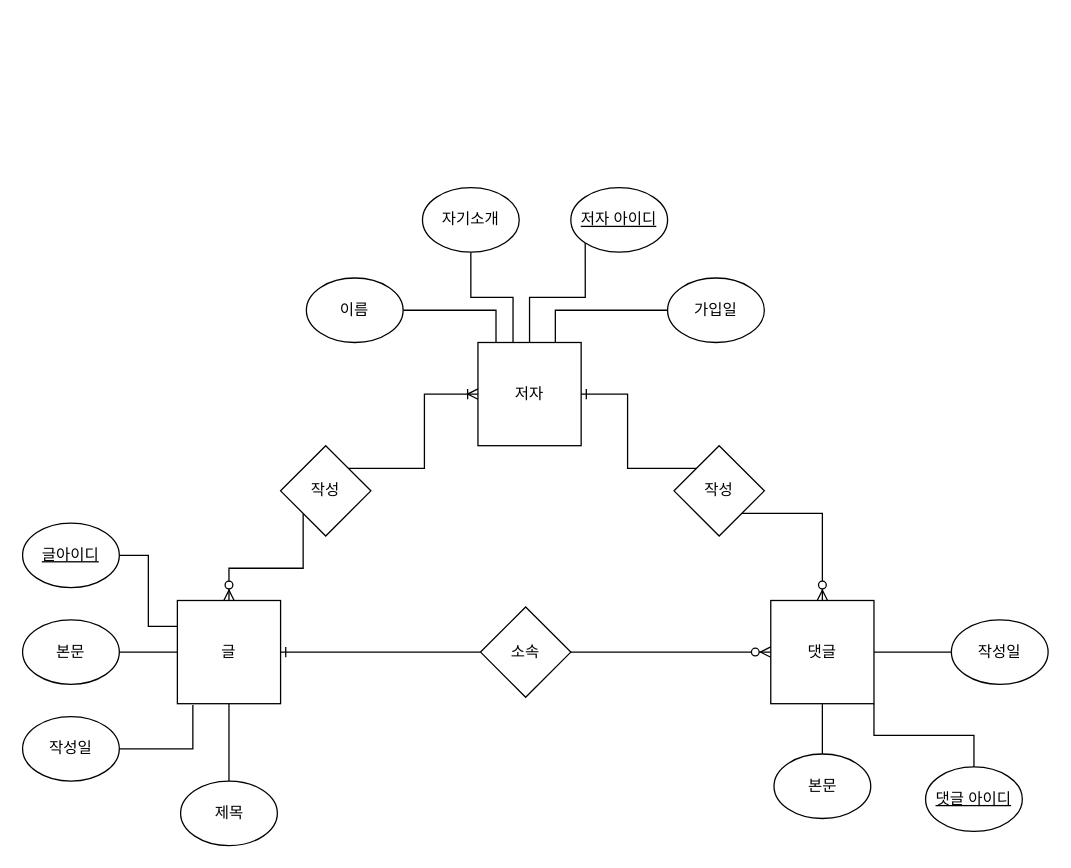
The draw.io diagram 관계형 데이터 모델링 ERD 실습.drawio in seongjoojin/learn-database, before the edit. Source tidied: cells renumbered, new cells numbered last; positions are measured from the earlier drawing's top-left corner, leaving out a move shared by most shapes. Both pictures are drawn from the tidied source at 129%, with x=0, y=0 at pixel (22, 187).
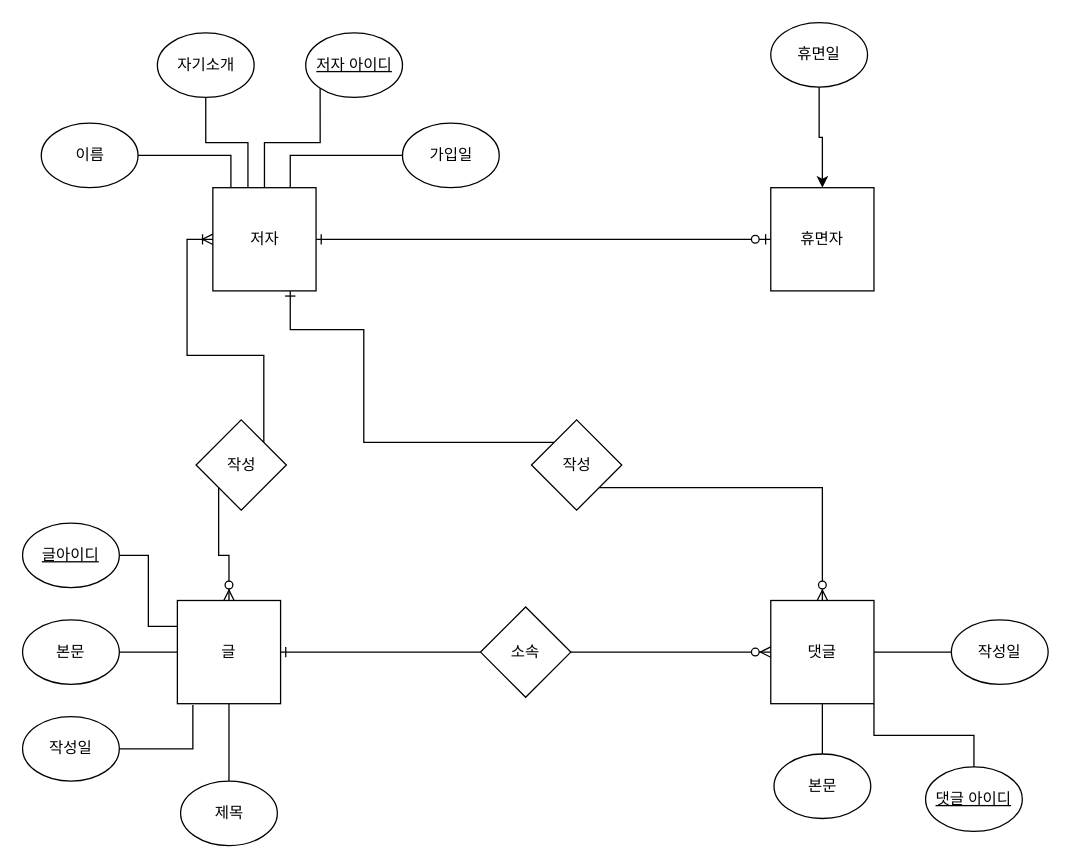
The same page after the edit.

Commit message:
Update 관계형 데이터 모델링 ERD 실습.drawio

The edit, as a diff of the source:
```diff
@@
+    <mxCell id="36" style="edgeStyle=orthogonalEdgeStyle;rounded=0;jettySize=auto;html=1;exitX=1;exitY=0.5;exitDx=0;exitDy=0;entryX=0;entryY=0.5;entryDx=0;entryDy=0;endArrow=ERzeroToOne;endFill=1;startArrow=ERone;startFill=0;" parent="1" edge="1" source="9" target="37">
+      <mxGeometry relative="1" as="geometry" />
+    </mxCell>
     <mxCell id="9" value="저자" style="whiteSpace=wrap;html=1;" parent="1" vertex="1">
-      <mxGeometry x="353" y="120" width="80" height="80" as="geometry" />
+      <mxGeometry x="147.5" width="80" height="80" as="geometry" />
     </mxCell>
@@
     <mxCell id="19" value="이름" style="ellipse;whiteSpace=wrap;html=1;" parent="1" vertex="1">
-      <mxGeometry x="220" y="70" width="75" height="50" as="geometry" />
+      <mxGeometry x="14.5" y="-50" width="75" height="50" as="geometry" />
     </mxCell>
     <mxCell id="20" value="자기소개" style="ellipse;whiteSpace=wrap;html=1;" parent="1" vertex="1">
-      <mxGeometry x="310" width="75" height="50" as="geometry" />
+      <mxGeometry x="104.5" y="-120" width="75" height="50" as="geometry" />
     </mxCell>
     <mxCell id="21" value="가입일" style="ellipse;whiteSpace=wrap;html=1;" parent="1" vertex="1">
-      <mxGeometry x="500" y="70" width="75" height="50" as="geometry" />
+      <mxGeometry x="294.5" y="-50" width="75" height="50" as="geometry" />
     </mxCell>
@@
     <mxCell id="28" value="&lt;u&gt;저자 아이디&lt;/u&gt;" style="ellipse;whiteSpace=wrap;html=1;" parent="1" vertex="1">
-      <mxGeometry x="425" width="75" height="50" as="geometry" />
+      <mxGeometry x="219.5" y="-120" width="75" height="50" as="geometry" />
     </mxCell>
@@
     <mxCell id="30" value="작성" style="rhombus;whiteSpace=wrap;html=1;" parent="1" vertex="1">
-      <mxGeometry x="200" y="200" width="70" height="70" as="geometry" />
+      <mxGeometry x="134.5" y="180" width="70" height="70" as="geometry" />
     </mxCell>
-    <mxCell id="31" style="edgeStyle=orthogonalEdgeStyle;rounded=0;jettySize=auto;html=1;exitX=0;exitY=0;exitDx=0;exitDy=0;entryX=1;entryY=0.5;entryDx=0;entryDy=0;endArrow=ERone;endFill=0;" parent="1" edge="1" source="33" target="9">
-      <mxGeometry relative="1" as="geometry" />
+    <mxCell id="31" style="edgeStyle=orthogonalEdgeStyle;rounded=0;jettySize=auto;html=1;exitX=0;exitY=0;exitDx=0;exitDy=0;entryX=0.75;entryY=1;entryDx=0;entryDy=0;endArrow=ERone;endFill=0;" parent="1" edge="1" source="33" target="9">
+      <mxGeometry relative="1" as="geometry">
+        <Array as="points">
+          <mxPoint x="264.5" y="198" />
+          <mxPoint x="264.5" y="110" />
+          <mxPoint x="207.5" y="110" />
+        </Array>
+      </mxGeometry>
     </mxCell>
@@
     <mxCell id="33" value="작성" style="rhombus;whiteSpace=wrap;html=1;" parent="1" vertex="1">
-      <mxGeometry x="505" y="200" width="70" height="70" as="geometry" />
+      <mxGeometry x="394.5" y="180" width="70" height="70" as="geometry" />
     </mxCell>
@@
+    <mxCell id="37" value="휴면자" style="whiteSpace=wrap;html=1;" parent="1" vertex="1">
+      <mxGeometry x="580" width="80" height="80" as="geometry" />
+    </mxCell>
+    <mxCell id="38" style="edgeStyle=orthogonalEdgeStyle;rounded=0;jettySize=auto;html=1;exitX=0.5;exitY=1;exitDx=0;exitDy=0;" parent="1" edge="1" source="39" target="37">
+      <mxGeometry relative="1" as="geometry" />
+    </mxCell>
+    <mxCell id="39" value="휴면일" style="ellipse;whiteSpace=wrap;html=1;" parent="1" vertex="1">
+      <mxGeometry x="580" y="-128" width="75" height="50" as="geometry" />
+    </mxCell>
```
